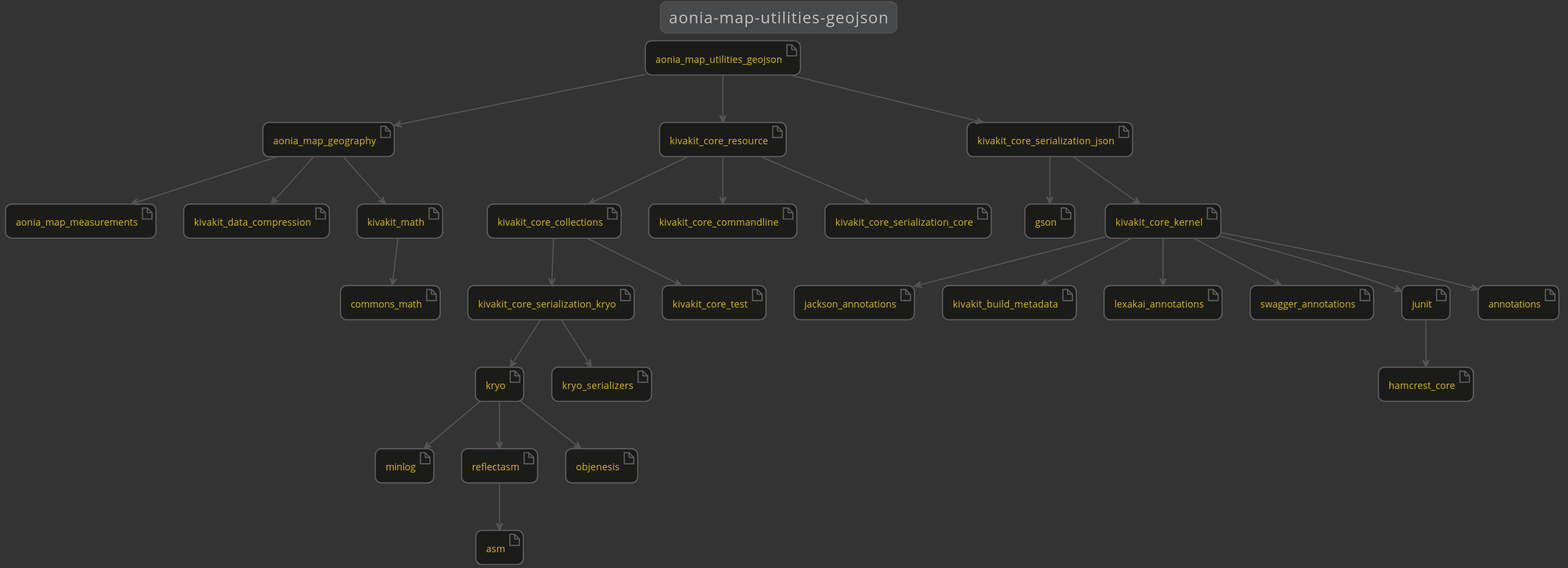
The PlantUML diagram aonia-map/utilities/geojson/documentation/diagrams/dependencies.svg in Telenav/mesakit, before a commit.
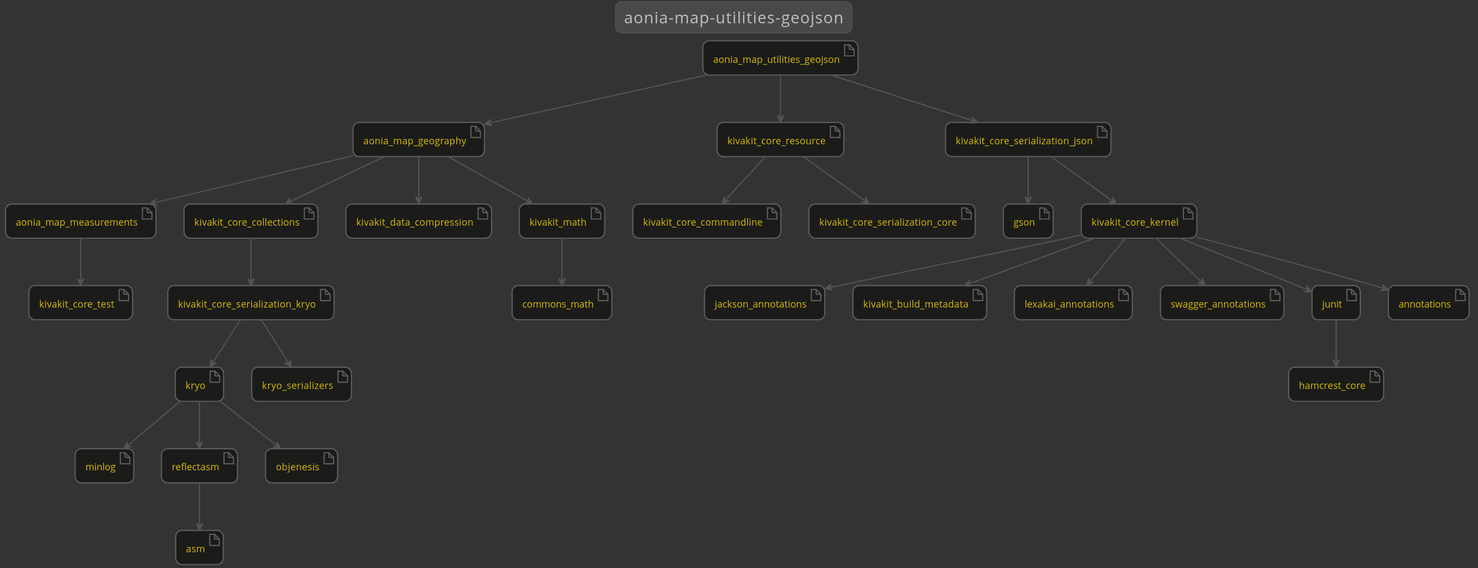
After the commit.

Change to the diagram source:
```diff
@@ -33,21 +33,21 @@
     artifact objenesis
     artifact asm
     aonia_map_geography --> aonia_map_measurements
+    aonia_map_geography --> kivakit_core_collections
     aonia_map_geography --> kivakit_data_compression
     aonia_map_geography --> kivakit_math
+    aonia_map_measurements --> kivakit_core_test
     aonia_map_utilities_geojson --> aonia_map_geography
     aonia_map_utilities_geojson --> kivakit_core_resource
     aonia_map_utilities_geojson --> kivakit_core_serialization_json
     junit --> hamcrest_core
     kivakit_core_collections --> kivakit_core_serialization_kryo
-    kivakit_core_collections --> kivakit_core_test
     kivakit_core_kernel --> annotations
     kivakit_core_kernel --> jackson_annotations
     kivakit_core_kernel --> junit
     kivakit_core_kernel --> kivakit_build_metadata
     kivakit_core_kernel --> lexakai_annotations
     kivakit_core_kernel --> swagger_annotations
-    kivakit_core_resource --> kivakit_core_collections
     kivakit_core_resource --> kivakit_core_commandline
     kivakit_core_resource --> kivakit_core_serialization_core
     kivakit_core_serialization_json --> gson
```
